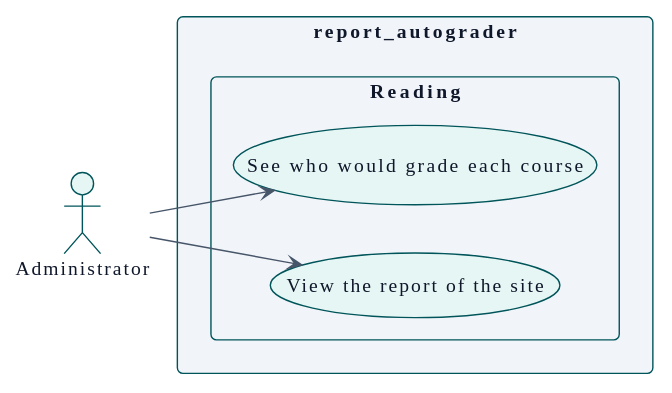
This is docs/en/technical/requirements/use-cases-administrator.svg from didactika/moodle-report_autograder, a PlantUML export, as it was before one commit.
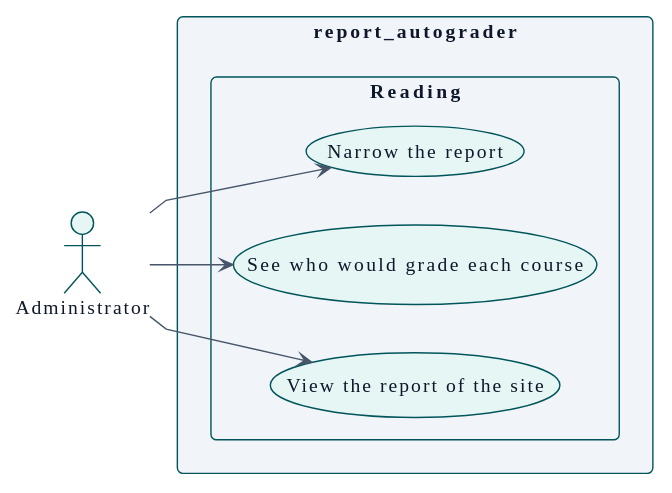
Above is the later version.

Change to the diagram source:
```diff
@@ -112,9 +112,11 @@
   package "Reading" {
     usecase "View the report of the site" as UC_viewSiteReport
     usecase "See who would grade each course" as UC_viewGraders
+    usecase "Narrow the report" as UC_narrowReport
   }
 }
 
 A_Administrator --> UC_viewSiteReport
 A_Administrator --> UC_viewGraders
+A_Administrator --> UC_narrowReport
 @enduml
```
